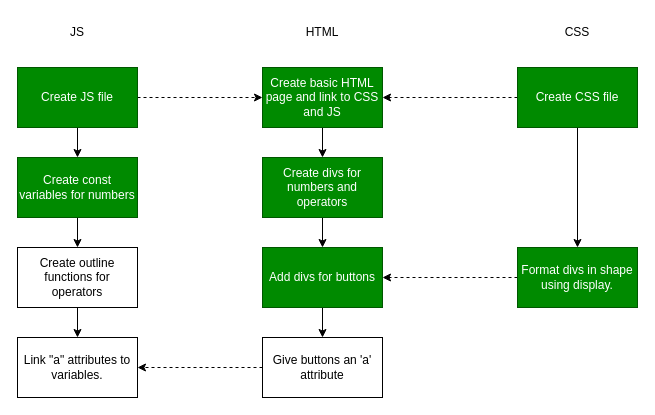
Earlier version of the draw.io diagram plan.drawio (DayHikari/Calculator). Source tidied: cells renumbered, new cells numbered last; positions are measured from the earlier drawing's top-left corner, leaving out a move shared by most shapes. Both pictures are drawn from the tidied source at 100%, with x=0, y=0 at pixel (17, 17).
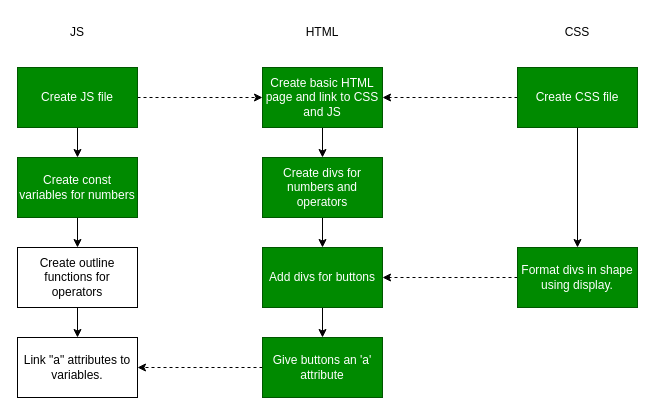
The same page after the edit.

Commit message (it also covers changes not shown here):
added the basic calculator code

Change to the diagram source:
```diff
@@
-    <mxCell id="22" value="Give buttons an 'a' attribute" style="whiteSpace=wrap;html=1;rounded=0;" parent="1" vertex="1">
+    <mxCell id="22" value="Give buttons an 'a' attribute" style="whiteSpace=wrap;html=1;rounded=0;fillColor=#008a00;fontColor=#ffffff;strokeColor=#005700;" parent="1" vertex="1">
       <mxGeometry x="245" y="320" width="120" height="60" as="geometry" />
     </mxCell>
```
